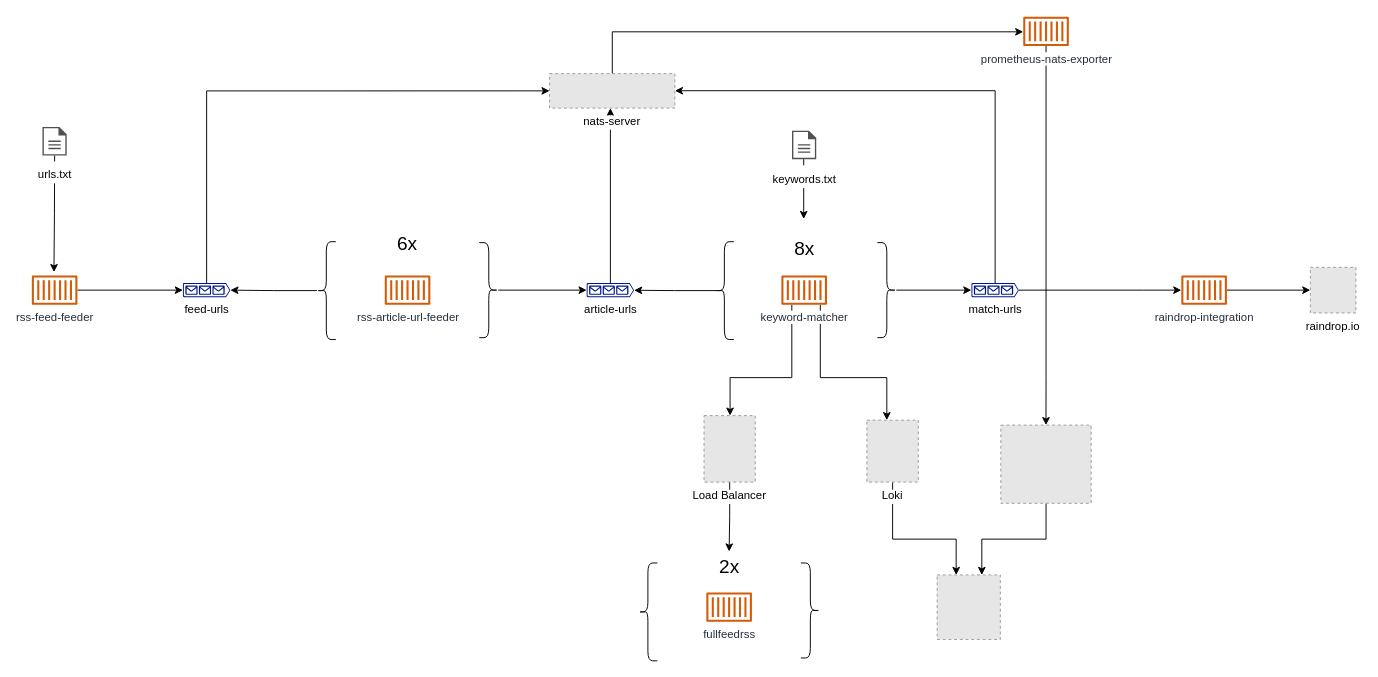
The draw.io diagram architecture.drawio in heussd/nats-news-analysis, before the edit. Source tidied: cells renumbered, new cells numbered last; positions are measured from the earlier drawing's top-left corner, leaving out a move shared by most shapes. Both pictures are drawn from the tidied source at 95%, with x=0, y=0 at pixel (31, 16). Pictures stored in the file or linked from it are replaced by grey dashed boxes.
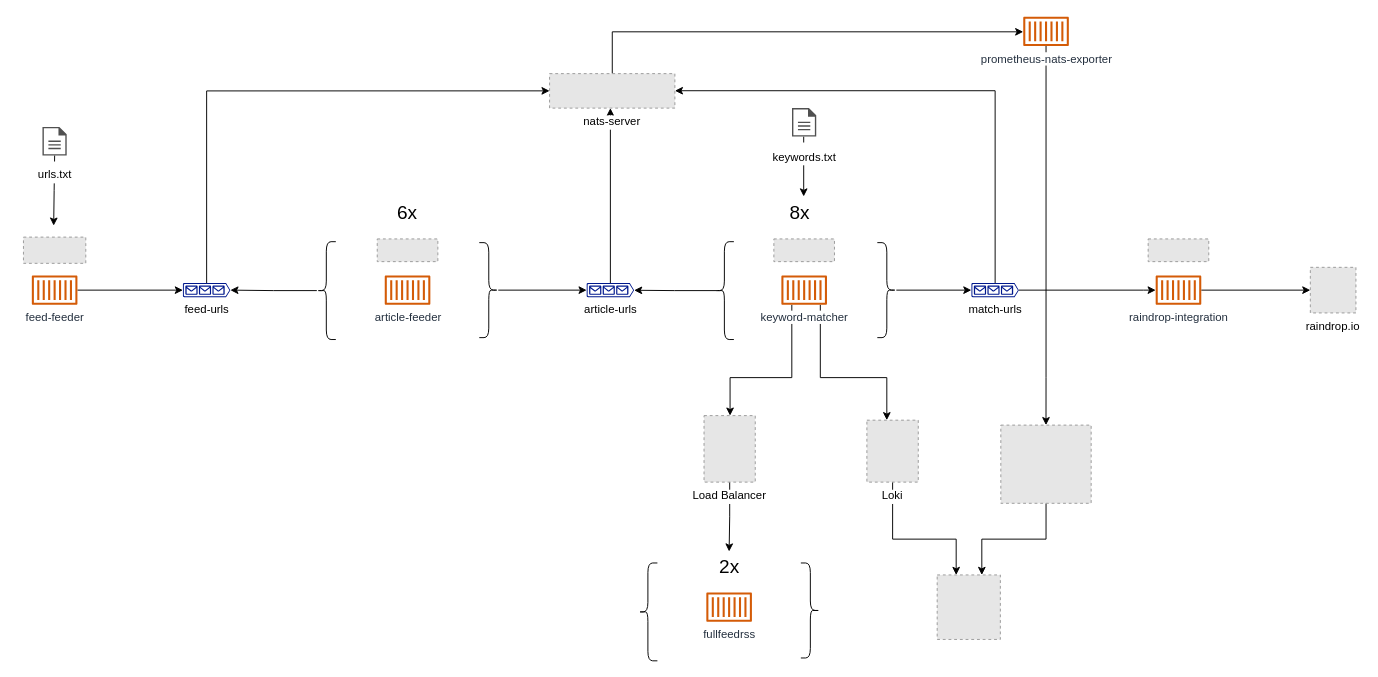
The same diagram, later.

Unchanged cells that the change refers to:
```xml
<mxCell id="35" value="&lt;div style=&quot;font-size: 19px;&quot;&gt;&lt;font style=&quot;font-size: 12px;&quot;&gt;urls.txt&lt;/font&gt;&lt;/div&gt;" style="sketch=0;shadow=0;dashed=0;html=1;strokeColor=none;fillColor=#505050;labelPosition=center;verticalLabelPosition=bottom;verticalAlign=top;outlineConnect=0;align=center;shape=mxgraph.office.concepts.document;fontSize=20;labelBackgroundColor=default;" parent="1" vertex="1">
  <mxGeometry x="11.2" y="116.2" width="25.5" height="30" as="geometry" />
</mxCell>
```

What changed in the source:
```diff
@@
-    <mxCell id="6" value="rss-feed-feeder" style="sketch=0;outlineConnect=0;fontColor=#232F3E;gradientColor=none;fillColor=#D45B07;strokeColor=none;dashed=0;verticalLabelPosition=bottom;verticalAlign=top;align=center;html=1;fontSize=12;fontStyle=0;shape=mxgraph.aws4.container_1;" parent="1" vertex="1">
+    <mxCell id="6" value="feed-feeder" style="sketch=0;outlineConnect=0;fontColor=#232F3E;gradientColor=none;fillColor=#D45B07;strokeColor=none;dashed=0;verticalLabelPosition=bottom;verticalAlign=top;align=center;html=1;fontSize=12;fontStyle=0;shape=mxgraph.aws4.container_1;" parent="1" vertex="1">
       <mxGeometry y="272.4" width="48" height="31" as="geometry" />
     </mxCell>
@@
     <mxCell id="16" style="edgeStyle=orthogonalEdgeStyle;rounded=0;jettySize=auto;html=1;startArrow=classic;startFill=1;endArrow=none;endFill=0;" parent="1" edge="1" target="18">
       <mxGeometry relative="1" as="geometry">
-        <mxPoint x="812.5" y="213" as="sourcePoint" />
+        <mxPoint x="812.5" y="189.3" as="sourcePoint" />
         <Array as="points">
-          <mxPoint x="813" y="150" />
-          <mxPoint x="813" y="150" />
+          <mxPoint x="813" y="126.3" />
+          <mxPoint x="813" y="126.3" />
         </Array>
       </mxGeometry>
     </mxCell>
     <mxCell id="17" value="&lt;font style=&quot;font-size: 20px;&quot;&gt;8x&lt;/font&gt;" style="text;html=1;strokeColor=none;fillColor=none;align=center;verticalAlign=middle;whiteSpace=wrap;rounded=0;" parent="1" vertex="1">
-      <mxGeometry x="784.5" y="227.9" width="57" height="30" as="geometry" />
+      <mxGeometry x="780" y="190" width="57" height="30" as="geometry" />
     </mxCell>
     <mxCell id="18" value="&lt;font style=&quot;font-size: 12px;&quot;&gt;keywords.txt&lt;/font&gt;" style="sketch=0;shadow=0;dashed=0;html=1;strokeColor=none;fillColor=#505050;labelPosition=center;verticalLabelPosition=bottom;verticalAlign=top;outlineConnect=0;align=center;shape=mxgraph.office.concepts.document;fontSize=20;labelBackgroundColor=default;" parent="1" vertex="1">
-      <mxGeometry x="800.2" y="120" width="25.5" height="30" as="geometry" />
+      <mxGeometry x="800.2" y="96.3" width="25.5" height="30" as="geometry" />
     </mxCell>
@@
     <mxCell id="27" style="edgeStyle=orthogonalEdgeStyle;rounded=0;jettySize=auto;html=1;startArrow=classic;startFill=1;endArrow=none;endFill=0;" parent="1" edge="1" target="35">
       <mxGeometry relative="1" as="geometry">
-        <mxPoint x="23.3" y="268.9" as="sourcePoint" />
+        <mxPoint x="23" y="220" as="sourcePoint" />
       </mxGeometry>
     </mxCell>
@@
-    <mxCell id="38" value="rss-article-url-feeder" style="sketch=0;fontColor=#232F3E;gradientColor=none;fillColor=#D45B07;strokeColor=none;dashed=0;verticalLabelPosition=bottom;verticalAlign=top;align=center;html=1;fontSize=12;fontStyle=0;shape=mxgraph.aws4.container_1;" parent="1" vertex="1">
+    <mxCell id="38" value="article-feeder" style="sketch=0;fontColor=#232F3E;gradientColor=none;fillColor=#D45B07;strokeColor=none;dashed=0;verticalLabelPosition=bottom;verticalAlign=top;align=center;html=1;fontSize=12;fontStyle=0;shape=mxgraph.aws4.container_1;" parent="1" vertex="1">
       <mxGeometry x="371.5" y="272.4" width="48" height="31" as="geometry" />
     </mxCell>
@@
     <mxCell id="43" value="&lt;font style=&quot;font-size: 20px;&quot;&gt;6&lt;/font&gt;&lt;font style=&quot;font-size: 20px;&quot;&gt;x&lt;/font&gt;" style="text;html=1;strokeColor=none;fillColor=none;align=center;verticalAlign=middle;whiteSpace=wrap;rounded=0;" parent="1" vertex="1">
-      <mxGeometry x="367" y="222.7" width="57" height="30" as="geometry" />
+      <mxGeometry x="367" y="190" width="57" height="30" as="geometry" />
     </mxCell>
@@
     <mxCell id="46" value="&lt;div&gt;raindrop-integration&lt;/div&gt;" style="sketch=0;outlineConnect=0;fontColor=#232F3E;gradientColor=none;fillColor=#D45B07;strokeColor=none;dashed=0;verticalLabelPosition=bottom;verticalAlign=top;align=center;html=1;fontSize=12;fontStyle=0;shape=mxgraph.aws4.container_1;" parent="1" vertex="1">
-      <mxGeometry x="1210" y="272.4" width="48" height="31" as="geometry" />
+      <mxGeometry x="1183" y="272.4" width="48" height="31" as="geometry" />
     </mxCell>
+    <mxCell id="47" style="fillColor=#E6E6E6;strokeColor=#999999;dashed=1;verticalLabelPosition=bottom;labelBackgroundColor=default;verticalAlign=top;" parent="1" vertex="1">
+      <mxGeometry x="363.6" y="234" width="63.8" height="23.9" as="geometry" />
+    </mxCell>
+    <mxCell id="48" style="fillColor=#E6E6E6;strokeColor=#999999;dashed=1;verticalLabelPosition=bottom;labelBackgroundColor=default;verticalAlign=top;" parent="1" vertex="1">
+      <mxGeometry x="781.1" y="234" width="63.8" height="23.9" as="geometry" />
+    </mxCell>
+    <mxCell id="49" style="fillColor=#E6E6E6;strokeColor=#999999;dashed=1;verticalLabelPosition=bottom;labelBackgroundColor=default;verticalAlign=top;" parent="1" vertex="1">
+      <mxGeometry x="1175.1" y="234" width="63.8" height="23.9" as="geometry" />
+    </mxCell>
+    <mxCell id="50" style="fillColor=#E6E6E6;strokeColor=#999999;dashed=1;verticalLabelPosition=bottom;labelBackgroundColor=default;verticalAlign=top;" parent="1" vertex="1">
+      <mxGeometry x="-8.8" y="232.1" width="65.6" height="27.6" as="geometry" />
+    </mxCell>
```
